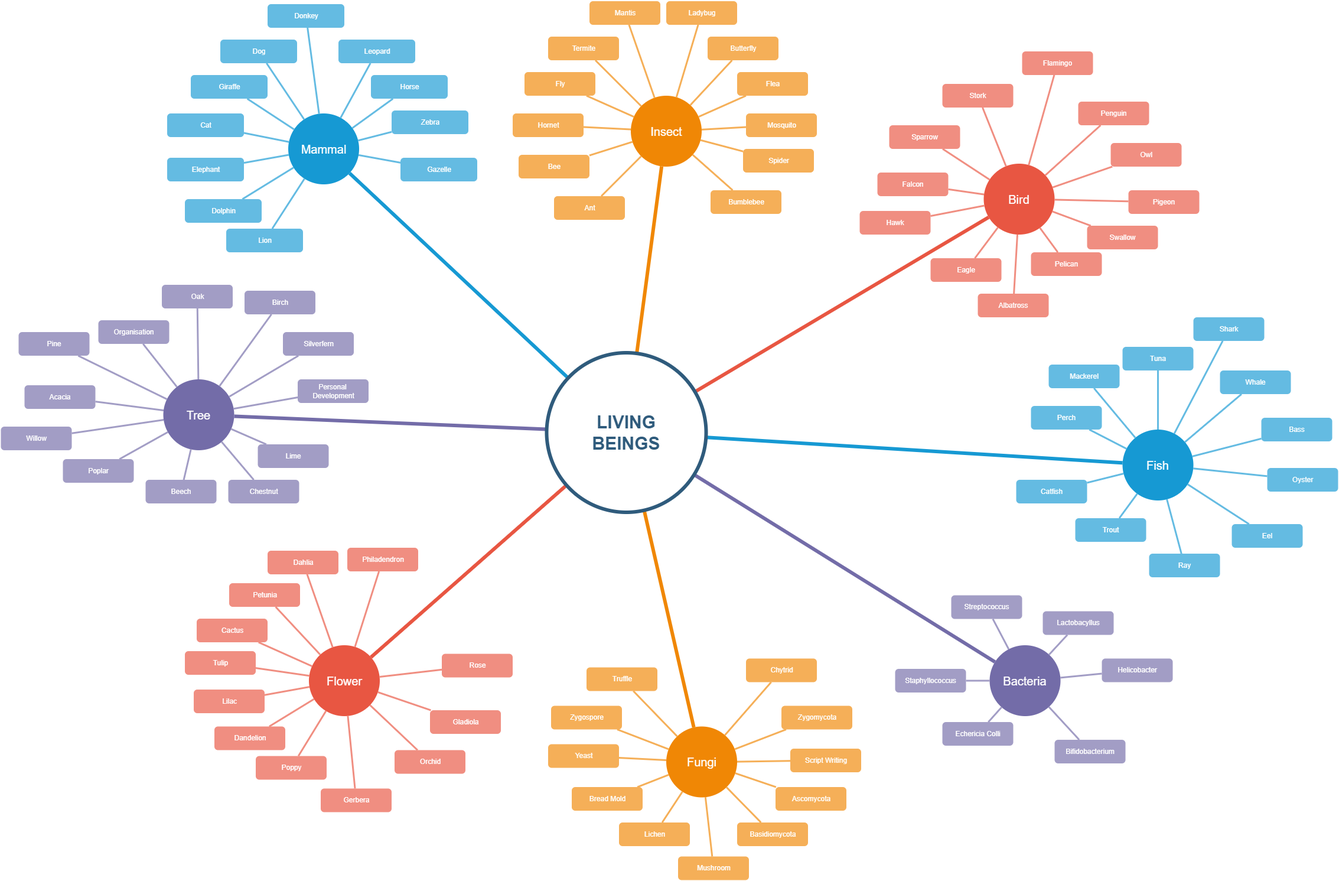
The draw.io diagram testing.drawio.png in mohangav/studygraph, before a commit. Source tidied: cells renumbered, new cells last; positions are measured from the earlier drawing's top-left corner, leaving out a move shared by most shapes.
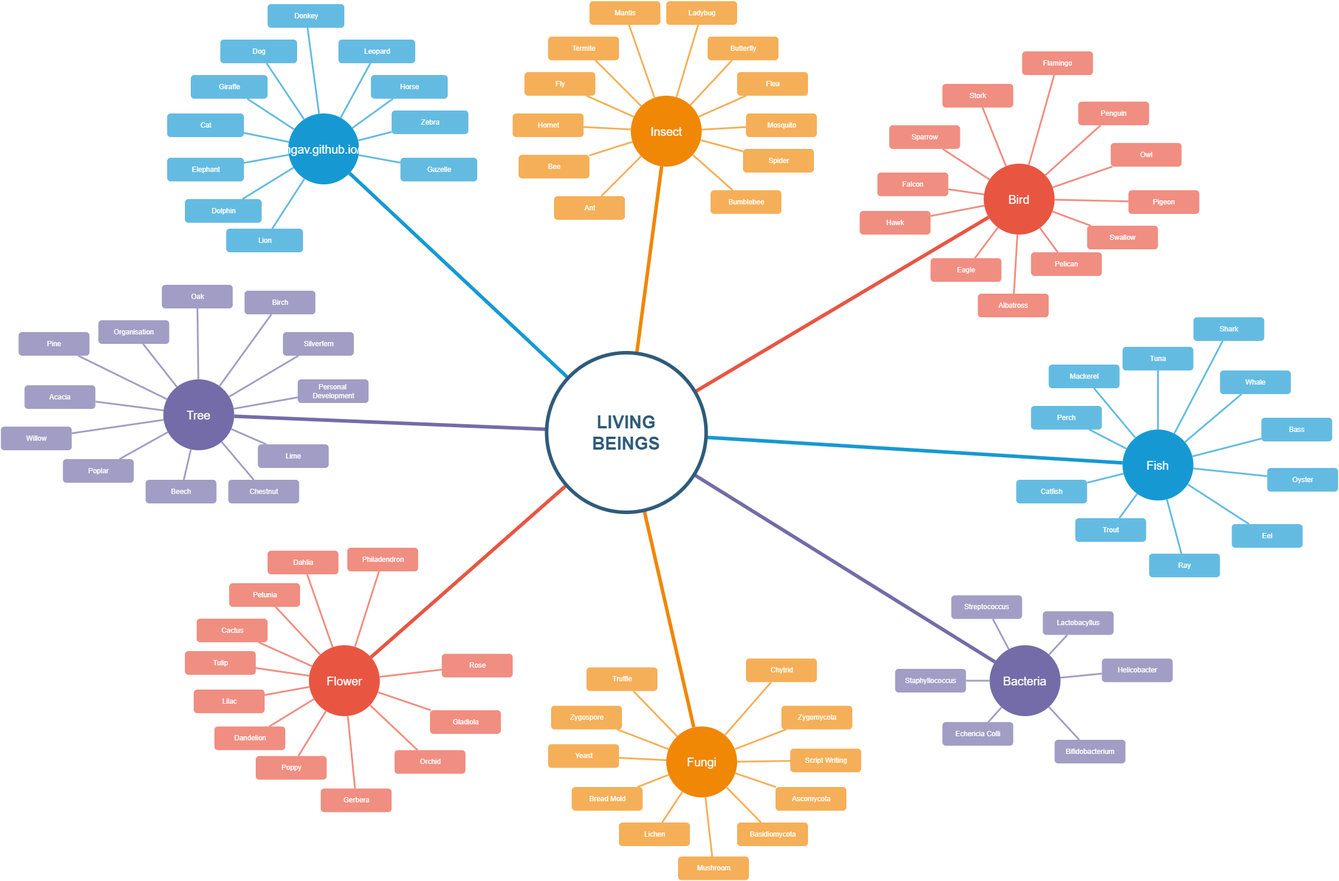
Above is the later version.

What changed in the source:
```diff
@@ -2,7 +2,7 @@
   <root>
     <mxCell id="0" />
     <mxCell id="1" parent="0" />
-    <mxCell id="2" value="Mammal" style="ellipse;whiteSpace=wrap;html=1;shadow=0;fontFamily=Helvetica;fontSize=20;fontColor=#FFFFFF;align=center;strokeWidth=3;fillColor=#1699D3;strokeColor=none;" parent="1" vertex="1">
+    <mxCell id="2" value="In&lt;a href=&quot;https://mohangav.github.io/studygraph&quot;&gt;https://mohangav.github.io/studygraph&lt;/a&gt;dex" style="ellipse;whiteSpace=wrap;html=1;shadow=0;fontFamily=Helvetica;fontSize=20;fontColor=#FFFFFF;align=center;strokeWidth=3;fillColor=#1699D3;strokeColor=none;" parent="1" vertex="1">
       <mxGeometry x="486.5" y="189.5" width="120" height="120" as="geometry" />
     </mxCell>
     <mxCell id="3" value="Insect" style="ellipse;whiteSpace=wrap;html=1;shadow=0;fontFamily=Helvetica;fontSize=20;fontColor=#FFFFFF;align=center;strokeWidth=3;fillColor=#F08705;strokeColor=none;gradientColor=none;" parent="1" vertex="1">
```
